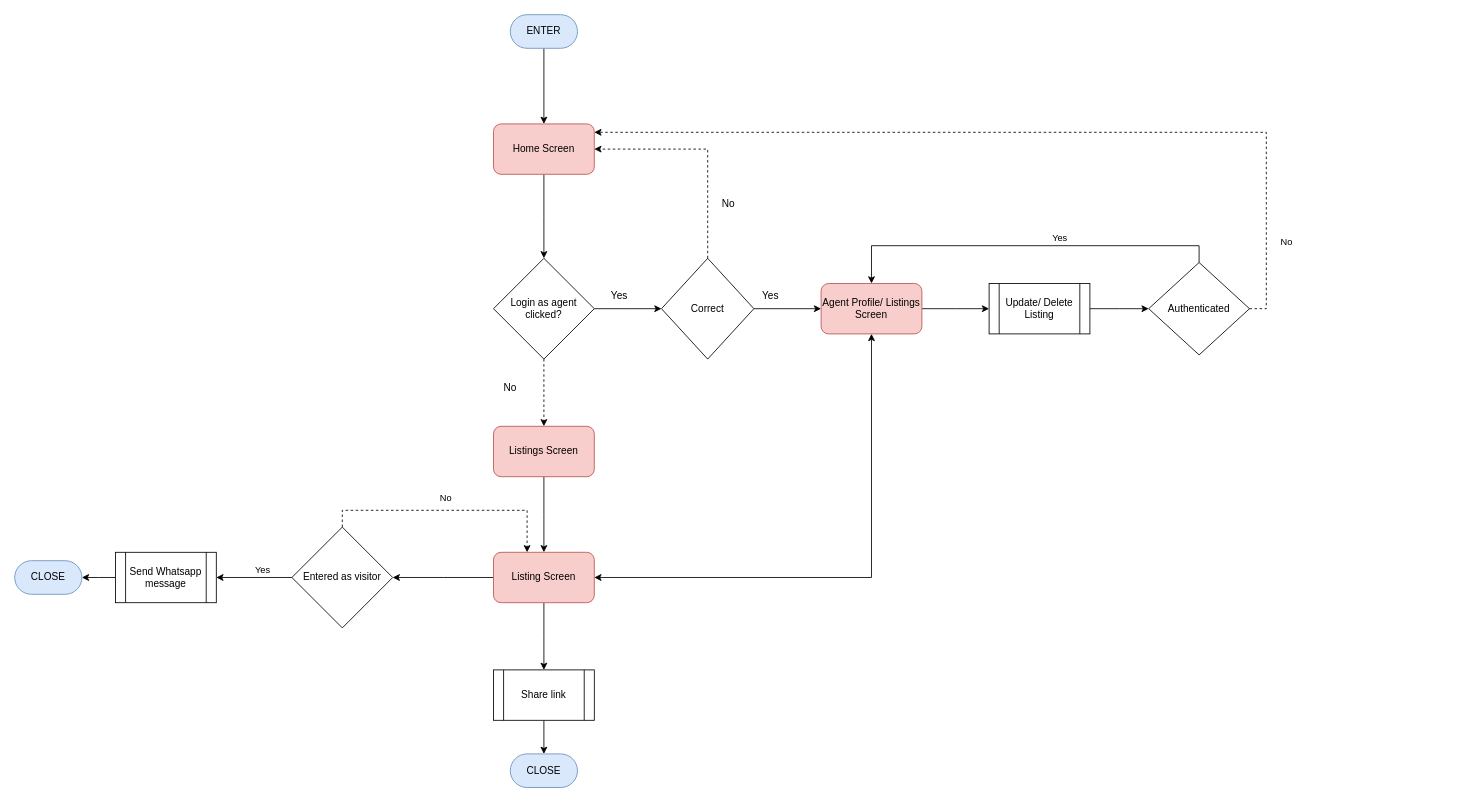
This is page "Visitor and Agent User Flow" (1 of 3) of userjourneyf.drawio from SadmanYasar/hello-world, a draw.io file, before an edit. Source tidied: cells renumbered, new cells numbered last; positions are measured from the earlier drawing's top-left corner, leaving out a move shared by most shapes. Both pictures are drawn from the tidied source at 84%, with x=0, y=0 at pixel (14, 14).
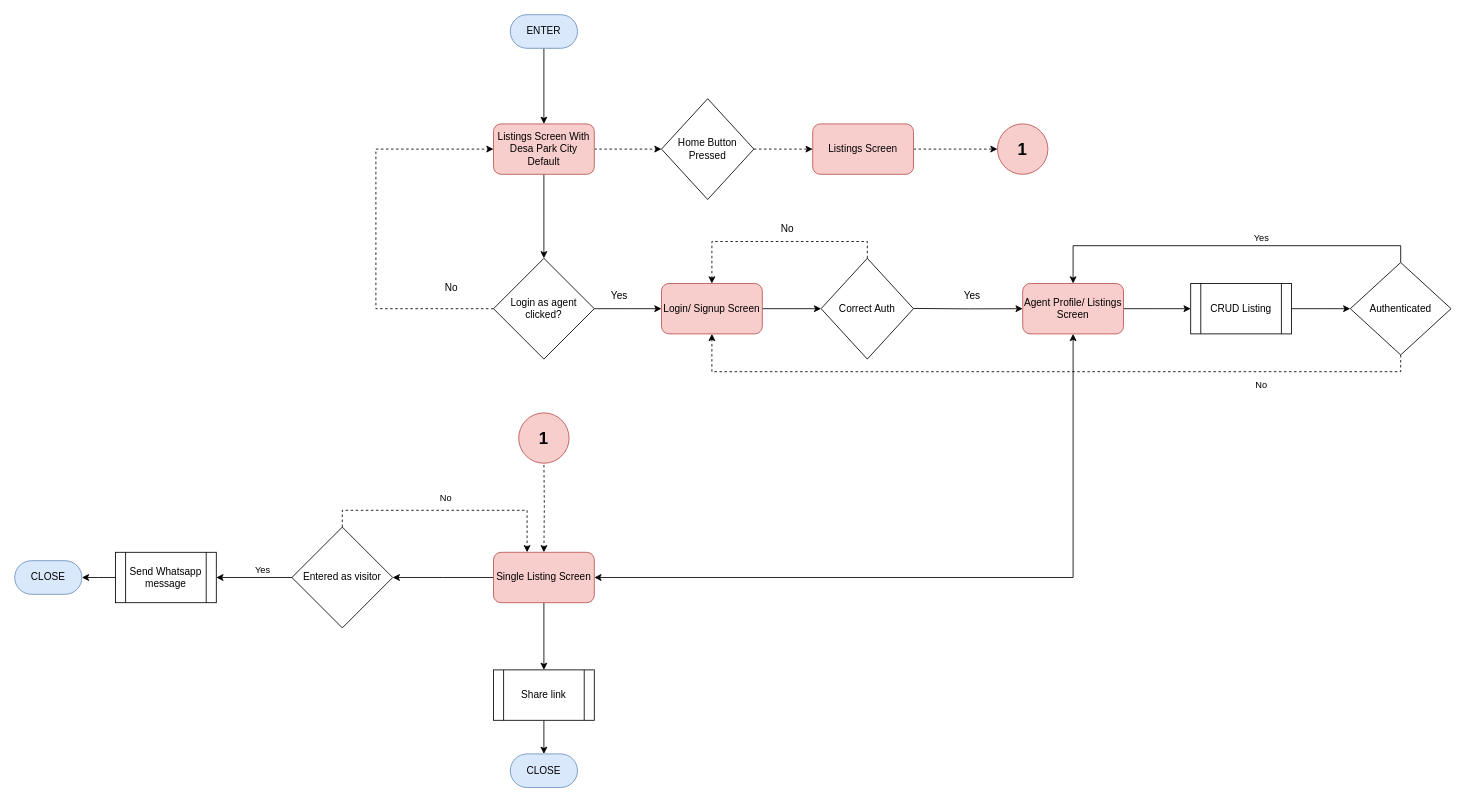
The same diagram, later.

The change refers to these unchanged cells:
```xml
<mxCell id="8" value="Login as agent clicked?" style="rhombus;whiteSpace=wrap;html=1;" parent="1" vertex="1">
  <mxGeometry x="570" y="290" width="120" height="120" as="geometry" />
</mxCell>
```

What changed in the source:
```diff
@@
+    <mxCell id="42" style="edgeStyle=orthogonalEdgeStyle;rounded=0;jettySize=auto;html=1;dashed=1;" parent="1" edge="1" source="5">
+      <mxGeometry relative="1" as="geometry">
+        <mxPoint x="770" y="160" as="targetPoint" />
+      </mxGeometry>
+    </mxCell>
-    <mxCell id="5" value="Home Screen" style="rounded=1;whiteSpace=wrap;html=1;fillColor=#f8cecc;strokeColor=#b85450;" parent="1" vertex="1">
+    <mxCell id="5" value="Listings Screen With Desa Park City Default" style="rounded=1;whiteSpace=wrap;html=1;fillColor=#f8cecc;strokeColor=#b85450;" parent="1" vertex="1">
       <mxGeometry x="570" y="130" width="120" height="60" as="geometry" />
     </mxCell>
@@
-    <mxCell id="7" style="edgeStyle=orthogonalEdgeStyle;rounded=0;jettySize=auto;html=1;dashed=1;" parent="1" edge="1" source="8">
+    <mxCell id="7" style="edgeStyle=orthogonalEdgeStyle;rounded=0;jettySize=auto;html=1;dashed=1;entryX=0;entryY=0.5;entryDx=0;entryDy=0;" parent="1" edge="1" source="8" target="5">
       <mxGeometry relative="1" as="geometry">
-        <mxPoint x="630" y="490" as="targetPoint" />
+        <Array as="points">
+          <mxPoint x="430" y="350" />
+          <mxPoint x="430" y="160" />
+        </Array>
       </mxGeometry>
     </mxCell>
@@
     <mxCell id="10" value="No" style="text;html=1;strokeColor=none;fillColor=none;align=center;verticalAlign=middle;whiteSpace=wrap;rounded=0;" parent="1" vertex="1">
-      <mxGeometry x="560" y="430" width="60" height="30" as="geometry" />
+      <mxGeometry x="490" y="310" width="60" height="30" as="geometry" />
     </mxCell>
-    <mxCell id="11" style="edgeStyle=orthogonalEdgeStyle;rounded=0;jettySize=auto;html=1;" parent="1" edge="1" source="12">
-      <mxGeometry relative="1" as="geometry">
-        <mxPoint x="630" y="640" as="targetPoint" />
-      </mxGeometry>
-    </mxCell>
-    <mxCell id="12" value="Listings Screen" style="rounded=1;whiteSpace=wrap;html=1;fillColor=#f8cecc;strokeColor=#b85450;" parent="1" vertex="1">
-      <mxGeometry x="570" y="490" width="120" height="60" as="geometry" />
-    </mxCell>
-    <mxCell id="13" style="edgeStyle=orthogonalEdgeStyle;rounded=0;jettySize=auto;html=1;entryX=0;entryY=0.5;entryDx=0;entryDy=0;" parent="1" edge="1" source="15" target="17">
-      <mxGeometry relative="1" as="geometry" />
-    </mxCell>
-    <mxCell id="14" style="edgeStyle=orthogonalEdgeStyle;rounded=0;jettySize=auto;html=1;entryX=1;entryY=0.5;entryDx=0;entryDy=0;exitX=0.5;exitY=0;exitDx=0;exitDy=0;dashed=1;" parent="1" edge="1" source="15" target="5">
-      <mxGeometry relative="1" as="geometry" />
-    </mxCell>
-    <mxCell id="15" value="Correct" style="rhombus;whiteSpace=wrap;html=1;glass=0;sketch=0;" parent="1" vertex="1">
-      <mxGeometry x="770" y="290" width="110" height="120" as="geometry" />
-    </mxCell>
     <mxCell id="16" style="edgeStyle=orthogonalEdgeStyle;rounded=0;jettySize=auto;html=1;" parent="1" edge="1" source="17">
       <mxGeometry relative="1" as="geometry">
-        <mxPoint x="1160" y="350" as="targetPoint" />
+        <mxPoint x="1400" y="350" as="targetPoint" />
       </mxGeometry>
     </mxCell>
     <mxCell id="17" value="Agent Profile/ Listings Screen" style="rounded=1;whiteSpace=wrap;html=1;glass=0;fillColor=#f8cecc;strokeColor=#b85450;" parent="1" vertex="1">
-      <mxGeometry x="960" y="320" width="120" height="60" as="geometry" />
+      <mxGeometry x="1200" y="320" width="120" height="60" as="geometry" />
     </mxCell>
     <mxCell id="18" value="Yes" style="text;html=1;strokeColor=none;fillColor=none;align=center;verticalAlign=middle;whiteSpace=wrap;rounded=0;" parent="1" vertex="1">
-      <mxGeometry x="870" y="320" width="60" height="30" as="geometry" />
+      <mxGeometry x="1110" y="320" width="60" height="30" as="geometry" />
     </mxCell>
     <mxCell id="19" value="No" style="text;html=1;strokeColor=none;fillColor=none;align=center;verticalAlign=middle;whiteSpace=wrap;rounded=0;" parent="1" vertex="1">
-      <mxGeometry x="820" y="210" width="60" height="30" as="geometry" />
+      <mxGeometry x="890" y="240" width="60" height="30" as="geometry" />
     </mxCell>
@@
-    <mxCell id="23" value="Listing Screen" style="rounded=1;whiteSpace=wrap;html=1;fillColor=#f8cecc;strokeColor=#b85450;" parent="1" vertex="1">
+    <mxCell id="23" value="Single Listing Screen" style="rounded=1;whiteSpace=wrap;html=1;fillColor=#f8cecc;strokeColor=#b85450;" parent="1" vertex="1">
       <mxGeometry x="570" y="640" width="120" height="60" as="geometry" />
     </mxCell>
     <mxCell id="24" style="edgeStyle=orthogonalEdgeStyle;rounded=0;jettySize=auto;html=1;" parent="1" edge="1" source="25">
       <mxGeometry relative="1" as="geometry">
-        <mxPoint x="1350" y="350" as="targetPoint" />
+        <mxPoint x="1590" y="350" as="targetPoint" />
       </mxGeometry>
     </mxCell>
-    <mxCell id="25" value="Update/ Delete Listing" style="shape=process;whiteSpace=wrap;html=1;backgroundOutline=1;glass=0;sketch=0;" parent="1" vertex="1">
-      <mxGeometry x="1160" y="320" width="120" height="60" as="geometry" />
+    <mxCell id="25" value="CRUD Listing" style="shape=process;whiteSpace=wrap;html=1;backgroundOutline=1;glass=0;sketch=0;" parent="1" vertex="1">
+      <mxGeometry x="1400" y="320" width="120" height="60" as="geometry" />
     </mxCell>
     <mxCell id="26" style="edgeStyle=orthogonalEdgeStyle;rounded=0;jettySize=auto;html=1;exitX=0.5;exitY=0;exitDx=0;exitDy=0;" parent="1" edge="1" source="29">
       <mxGeometry relative="1" as="geometry">
-        <mxPoint x="1020" y="320" as="targetPoint" />
+        <mxPoint x="1260" y="320" as="targetPoint" />
         <Array as="points">
-          <mxPoint x="1410" y="275" />
-          <mxPoint x="1020" y="275" />
-          <mxPoint x="1020" y="320" />
+          <mxPoint x="1650" y="275" />
+          <mxPoint x="1260" y="275" />
+          <mxPoint x="1260" y="320" />
         </Array>
       </mxGeometry>
     </mxCell>
@@
-    <mxCell id="28" style="edgeStyle=orthogonalEdgeStyle;rounded=0;jettySize=auto;html=1;exitX=1;exitY=0.5;exitDx=0;exitDy=0;dashed=1;" parent="1" edge="1" source="29">
-      <mxGeometry relative="1" as="geometry">
-        <mxPoint x="690" y="140" as="targetPoint" />
-        <Array as="points">
-          <mxPoint x="1490" y="350" />
-          <mxPoint x="1490" y="140" />
-          <mxPoint x="690" y="140" />
-        </Array>
-      </mxGeometry>
-    </mxCell>
+    <mxCell id="43" style="edgeStyle=orthogonalEdgeStyle;rounded=0;jettySize=auto;html=1;entryX=0.5;entryY=1;entryDx=0;entryDy=0;dashed=1;exitX=0.5;exitY=1;exitDx=0;exitDy=0;" parent="1" edge="1" source="29" target="47">
+      <mxGeometry relative="1" as="geometry" />
+    </mxCell>
     <mxCell id="29" value="Authenticated" style="rhombus;whiteSpace=wrap;html=1;glass=0;sketch=0;" parent="1" vertex="1">
-      <mxGeometry x="1350" y="295" width="120" height="110" as="geometry" />
+      <mxGeometry x="1590" y="295" width="120" height="110" as="geometry" />
     </mxCell>
     <mxCell id="30" value="No" style="edgeLabel;html=1;align=center;verticalAlign=middle;" parent="1" vertex="1">
-      <mxGeometry x="1340" y="240" as="geometry">
+      <mxGeometry x="1310" y="410" as="geometry">
         <mxPoint x="173" y="30" as="offset" />
       </mxGeometry>
     </mxCell>
@@
+    <mxCell id="44" style="edgeStyle=orthogonalEdgeStyle;rounded=0;jettySize=auto;html=1;entryX=0.5;entryY=0;entryDx=0;entryDy=0;exitX=0.5;exitY=0;exitDx=0;exitDy=0;dashed=1;" parent="1" edge="1" source="45" target="47">
+      <mxGeometry relative="1" as="geometry" />
+    </mxCell>
+    <mxCell id="45" value="Correct Auth" style="rhombus;whiteSpace=wrap;html=1;glass=0;sketch=0;" parent="1" vertex="1">
+      <mxGeometry x="960" y="290" width="110" height="120" as="geometry" />
+    </mxCell>
+    <mxCell id="46" style="edgeStyle=orthogonalEdgeStyle;rounded=0;jettySize=auto;html=1;" parent="1" edge="1" source="47" target="45">
+      <mxGeometry relative="1" as="geometry" />
+    </mxCell>
+    <mxCell id="47" value="Login/ Signup Screen" style="rounded=1;whiteSpace=wrap;html=1;glass=0;fillColor=#f8cecc;strokeColor=#b85450;" parent="1" vertex="1">
+      <mxGeometry x="770" y="320" width="120" height="60" as="geometry" />
+    </mxCell>
+    <mxCell id="48" style="edgeStyle=orthogonalEdgeStyle;rounded=0;jettySize=auto;html=1;entryX=0;entryY=0.5;entryDx=0;entryDy=0;" parent="1" edge="1" target="17">
+      <mxGeometry relative="1" as="geometry">
+        <mxPoint x="1070" y="349.7" as="sourcePoint" />
+      </mxGeometry>
+    </mxCell>
+    <mxCell id="49" style="edgeStyle=orthogonalEdgeStyle;rounded=0;jettySize=auto;html=1;dashed=1;entryX=0;entryY=0.5;entryDx=0;entryDy=0;" parent="1" edge="1" source="50" target="12">
+      <mxGeometry relative="1" as="geometry" />
+    </mxCell>
+    <mxCell id="50" value="Home Button Pressed" style="rhombus;whiteSpace=wrap;html=1;glass=0;sketch=0;" parent="1" vertex="1">
+      <mxGeometry x="770" y="100" width="110" height="120" as="geometry" />
+    </mxCell>
+    <mxCell id="51" style="edgeStyle=orthogonalEdgeStyle;rounded=0;jettySize=auto;html=1;entryX=0;entryY=0.5;entryDx=0;entryDy=0;dashed=1;" parent="1" edge="1" source="12" target="52">
+      <mxGeometry relative="1" as="geometry" />
+    </mxCell>
+    <mxCell id="12" value="Listings Screen" style="rounded=1;whiteSpace=wrap;html=1;fillColor=#f8cecc;strokeColor=#b85450;" parent="1" vertex="1">
+      <mxGeometry x="950" y="130" width="120" height="60" as="geometry" />
+    </mxCell>
+    <mxCell id="52" value="&lt;b&gt;&lt;font style=&quot;font-size: 20px;&quot;&gt;1&lt;/font&gt;&lt;/b&gt;" style="ellipse;whiteSpace=wrap;html=1;fillColor=#f8cecc;strokeColor=#b85450;rounded=1;" parent="1" vertex="1">
+      <mxGeometry x="1170" y="130" width="60" height="60" as="geometry" />
+    </mxCell>
+    <mxCell id="53" style="edgeStyle=orthogonalEdgeStyle;rounded=0;jettySize=auto;html=1;dashed=1;fontSize=20;" parent="1" edge="1" target="23">
+      <mxGeometry relative="1" as="geometry">
+        <mxPoint x="630" y="530" as="sourcePoint" />
+      </mxGeometry>
+    </mxCell>
+    <mxCell id="54" value="&lt;b&gt;&lt;font style=&quot;font-size: 20px;&quot;&gt;1&lt;/font&gt;&lt;/b&gt;" style="ellipse;whiteSpace=wrap;html=1;fillColor=#f8cecc;strokeColor=#b85450;rounded=1;" parent="1" vertex="1">
+      <mxGeometry x="600" y="474" width="60" height="60" as="geometry" />
+    </mxCell>
```
